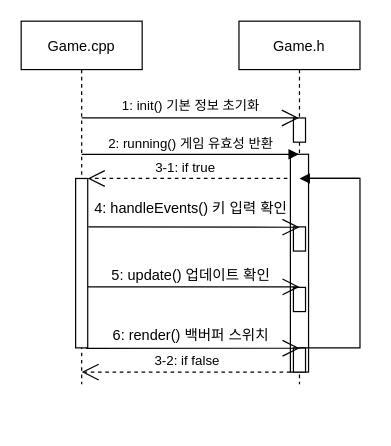
chpark-hoseo/gf2022-Hoxyna keeps this draw.io diagram as 제목 없는 다이어그램.drawio. Above is the earlier version. Source tidied: cells renumbered, new cells numbered last; positions are measured from the earlier drawing's top-left corner, leaving out a move shared by most shapes. Both pictures are drawn from the tidied source at 121%, with x=0, y=0 at pixel (21, 21).
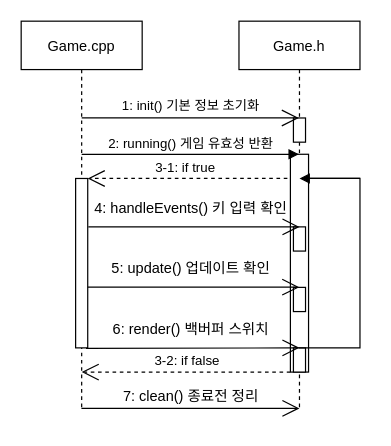
The same page after the edit.

Commit message (it also covers changes not shown here):
Game 클래스화.drawio 업데이트

Unchanged cells that the change refers to:
```xml
<mxCell id="3" style="points=[];perimeter=orthogonalPerimeter;rounded=0;shadow=0;strokeWidth=1;" parent="2" vertex="1">
  <mxGeometry x="45" y="130" width="10" height="140" as="geometry" />
</mxCell>
<mxCell id="8" value="4: handleEvents() 키 입력 확인" style="text;html=1;align=center;verticalAlign=middle;points=[];strokeColor=none;fillColor=none;" parent="4" vertex="1">
  <mxGeometry x="-135" y="140" width="190" height="30" as="geometry" />
</mxCell>
<mxCell id="9" style="points=[];perimeter=orthogonalPerimeter;rounded=0;shadow=0;strokeWidth=1;" parent="4" vertex="1">
  <mxGeometry x="45" y="220" width="10" height="20" as="geometry" />
</mxCell>
```

Diff of the diagram source:
```diff
@@
     <mxCell id="2" value="Game.cpp" style="shape=umlLifeline;perimeter=lifelinePerimeter;rounded=0;shadow=0;strokeWidth=1;" parent="1" vertex="1">
-      <mxGeometry width="100" height="300" as="geometry" />
+      <mxGeometry width="100" height="320" as="geometry" />
     </mxCell>
@@
     <mxCell id="4" value="Game.h" style="shape=umlLifeline;perimeter=lifelinePerimeter;rounded=0;shadow=0;strokeWidth=1;" parent="1" vertex="1">
-      <mxGeometry x="180" width="100" height="300" as="geometry" />
+      <mxGeometry x="180" width="100" height="320" as="geometry" />
     </mxCell>
@@
+    <mxCell id="21" value="6: render() 백버퍼 스위치" style="text;html=1;align=center;verticalAlign=middle;strokeColor=none;fillColor=none;" parent="4" vertex="1">
+      <mxGeometry x="-120" y="240" width="160" height="30" as="geometry" />
+    </mxCell>
@@
-    <mxCell id="17" style="endArrow=open;endFill=1;endSize=12;html=1;rounded=0;" parent="1" edge="1">
+    <mxCell id="17" style="endArrow=open;endFill=1;endSize=12;html=1;rounded=0;entryX=0.974;entryY=1;entryDx=0;entryDy=0;entryPerimeter=0;" parent="1" edge="1" target="8">
       <mxGeometry relative="1" as="geometry">
         <mxPoint x="55.5" y="170" as="sourcePoint" />
-        <mxPoint x="230" y="170.3" as="targetPoint" />
       </mxGeometry>
     </mxCell>
-    <mxCell id="18" style="endArrow=open;endFill=1;endSize=12;html=1;rounded=0;entryX=0.501;entryY=0.732;entryDx=0;entryDy=0;entryPerimeter=0;" parent="1" edge="1" source="3" target="4">
+    <mxCell id="18" style="endArrow=open;endFill=1;endSize=12;html=1;rounded=0;entryX=0.485;entryY=-0.008;entryDx=0;entryDy=0;entryPerimeter=0;" parent="1" edge="1" source="3" target="9">
       <mxGeometry relative="1" as="geometry" />
     </mxCell>
-    <mxCell id="19" style="endArrow=open;endFill=1;endSize=12;html=1;rounded=0;entryX=0.501;entryY=0.901;entryDx=0;entryDy=0;entryPerimeter=0;exitX=0.857;exitY=1.003;exitDx=0;exitDy=0;exitPerimeter=0;" parent="1" edge="1" source="3" target="4">
-      <mxGeometry relative="1" as="geometry" />
+    <mxCell id="19" style="endArrow=open;endFill=1;endSize=12;html=1;rounded=0;exitX=0.857;exitY=1.003;exitDx=0;exitDy=0;exitPerimeter=0;" parent="1" edge="1" source="3">
+      <mxGeometry relative="1" as="geometry">
+        <mxPoint x="230" y="270" as="targetPoint" />
+      </mxGeometry>
     </mxCell>
     <mxCell id="20" value="5: update() 업데이트 확인" style="text;html=1;align=center;verticalAlign=middle;strokeColor=none;fillColor=none;" parent="1" vertex="1">
-      <mxGeometry x="60" y="195" width="160" height="30" as="geometry" />
+      <mxGeometry x="60" y="190" width="160" height="30" as="geometry" />
     </mxCell>
-    <mxCell id="21" value="6: render() 백버퍼 스위치" style="text;html=1;align=center;verticalAlign=middle;strokeColor=none;fillColor=none;" parent="1" vertex="1">
-      <mxGeometry x="60" y="245" width="160" height="30" as="geometry" />
-    </mxCell>
@@
+    <mxCell id="23" style="endArrow=open;endFill=1;endSize=12;html=1;rounded=0;exitX=0.498;exitY=1;exitDx=0;exitDy=0;exitPerimeter=0;" parent="1" edge="1" source="2">
+      <mxGeometry relative="1" as="geometry">
+        <mxPoint x="230" y="320" as="targetPoint" />
+      </mxGeometry>
+    </mxCell>
+    <mxCell id="24" value="7: clean() 종료전 정리" style="text;html=1;align=center;verticalAlign=middle;strokeColor=none;fillColor=none;" parent="1" vertex="1">
+      <mxGeometry x="70" y="295" width="140" height="30" as="geometry" />
+    </mxCell>
```
